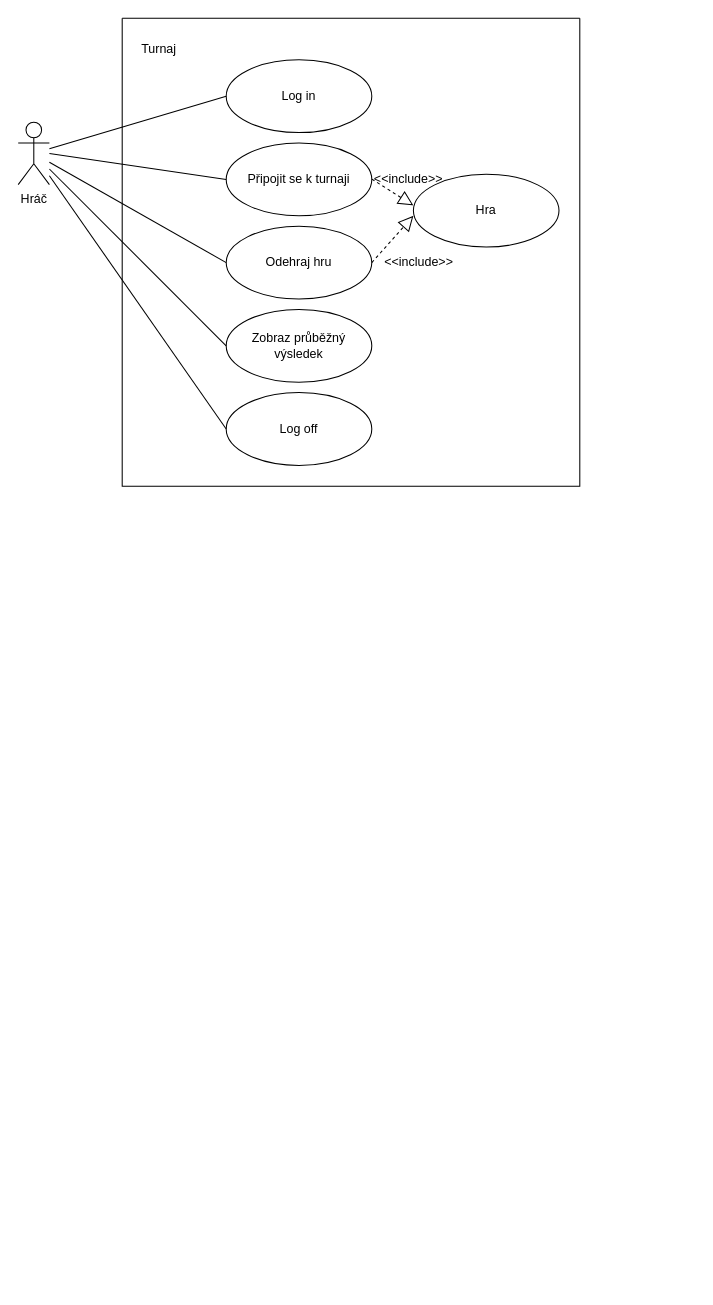
This is Diagram bez názvu.drawio from martez10/uml-rizeni-it-projektu, a draw.io file, before an edit. Source tidied: cells renumbered, new cells numbered last; positions are measured from the earlier drawing's top-left corner, leaving out a move shared by most shapes. Both pictures are drawn from the tidied source at 104%, with x=0, y=0 at pixel (18, 18).
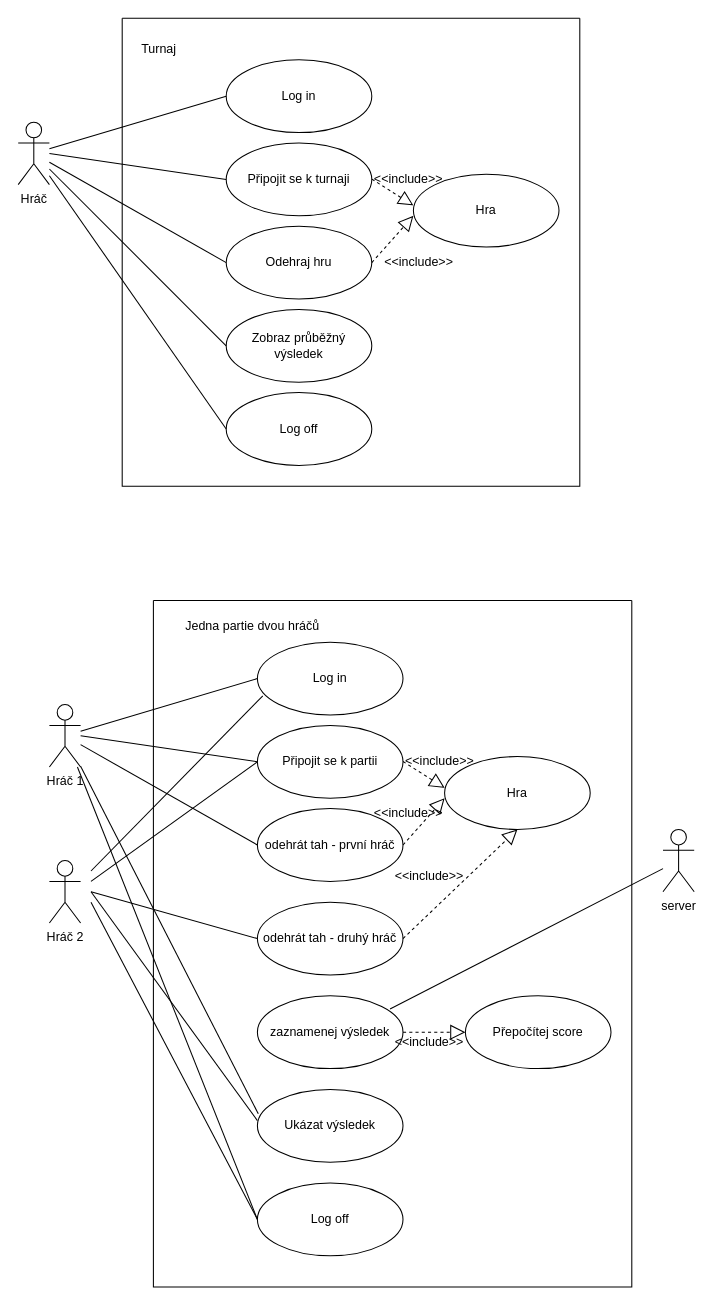
Above is the later version.

Diff of the diagram source:
```diff
@@
+    <mxCell id="20" style="swimlane;startSize=0;" parent="1" vertex="1">
+      <mxGeometry x="130" y="560" width="460" height="660" as="geometry" />
+    </mxCell>
+    <mxCell id="21" value="Jedna partie dvou hráčů" style="text;html=1;align=center;verticalAlign=middle;strokeColor=none;fillColor=none;" parent="20" vertex="1">
+      <mxGeometry x="20" y="10" width="150" height="30" as="geometry" />
+    </mxCell>
+    <mxCell id="22" value="Log in" style="ellipse;whiteSpace=wrap;html=1;" parent="20" vertex="1">
+      <mxGeometry x="100" y="40" width="140" height="70" as="geometry" />
+    </mxCell>
+    <mxCell id="23" value="odehrát tah - první hráč" style="ellipse;whiteSpace=wrap;html=1;" parent="20" vertex="1">
+      <mxGeometry x="100" y="200" width="140" height="70" as="geometry" />
+    </mxCell>
+    <mxCell id="24" value="Připojit se k partii" style="ellipse;whiteSpace=wrap;html=1;" parent="20" vertex="1">
+      <mxGeometry x="100" y="120" width="140" height="70" as="geometry" />
+    </mxCell>
+    <mxCell id="25" style="endArrow=none;html=1;rounded=0;entryX=0;entryY=0.5;entryDx=0;entryDy=0;" parent="20" edge="1">
+      <mxGeometry relative="1" as="geometry">
+        <mxPoint x="-70" y="130" as="sourcePoint" />
+        <mxPoint x="100" y="155" as="targetPoint" />
+      </mxGeometry>
+    </mxCell>
+    <mxCell id="26" value="Hra" style="ellipse;whiteSpace=wrap;html=1;" parent="20" vertex="1">
+      <mxGeometry x="280" y="150" width="140" height="70" as="geometry" />
+    </mxCell>
+    <mxCell id="27" style="endArrow=block;dashed=1;endFill=0;endSize=12;html=1;rounded=0;entryX=0;entryY=0.429;entryDx=0;entryDy=0;entryPerimeter=0;" parent="20" edge="1" target="26">
+      <mxGeometry relative="1" as="geometry">
+        <mxPoint x="240" y="154.7" as="sourcePoint" />
+      </mxGeometry>
+    </mxCell>
+    <mxCell id="28" style="endArrow=block;dashed=1;endFill=0;endSize=12;html=1;rounded=0;entryX=0;entryY=0.572;entryDx=0;entryDy=0;entryPerimeter=0;exitX=1;exitY=0.5;exitDx=0;exitDy=0;" parent="20" edge="1" source="23" target="26">
+      <mxGeometry relative="1" as="geometry" />
+    </mxCell>
+    <mxCell id="29" value="&amp;lt;&amp;lt;include&amp;gt;&amp;gt;" style="text;html=1;align=center;verticalAlign=middle;strokeColor=none;fillColor=none;" parent="20" vertex="1">
+      <mxGeometry x="200" y="190" width="90" height="30" as="geometry" />
+    </mxCell>
+    <mxCell id="30" value="&amp;lt;&amp;lt;include&amp;gt;&amp;gt;" style="text;html=1;align=center;verticalAlign=middle;strokeColor=none;fillColor=none;" parent="20" vertex="1">
+      <mxGeometry x="230" y="140" width="90" height="30" as="geometry" />
+    </mxCell>
+    <mxCell id="31" value="Přepočítej score" style="ellipse;whiteSpace=wrap;html=1;" parent="20" vertex="1">
+      <mxGeometry x="300" y="380" width="140" height="70" as="geometry" />
+    </mxCell>
+    <mxCell id="32" style="endArrow=block;dashed=1;endFill=0;endSize=12;html=1;rounded=0;entryX=0;entryY=0.5;entryDx=0;entryDy=0;exitX=1;exitY=0.5;exitDx=0;exitDy=0;" parent="20" edge="1" target="31">
+      <mxGeometry relative="1" as="geometry">
+        <mxPoint x="240" y="415" as="sourcePoint" />
+      </mxGeometry>
+    </mxCell>
+    <mxCell id="33" value="Log off" style="ellipse;whiteSpace=wrap;html=1;" parent="20" vertex="1">
+      <mxGeometry x="100" y="560" width="140" height="70" as="geometry" />
+    </mxCell>
+    <mxCell id="34" value="zaznamenej výsledek" style="ellipse;whiteSpace=wrap;html=1;" parent="20" vertex="1">
+      <mxGeometry x="100" y="380" width="140" height="70" as="geometry" />
+    </mxCell>
+    <mxCell id="35" value="odehrát tah - druhý hráč" style="ellipse;whiteSpace=wrap;html=1;" parent="20" vertex="1">
+      <mxGeometry x="100" y="290" width="140" height="70" as="geometry" />
+    </mxCell>
+    <mxCell id="36" style="endArrow=block;dashed=1;endFill=0;endSize=12;html=1;rounded=0;entryX=0.5;entryY=1;entryDx=0;entryDy=0;exitX=1;exitY=0.5;exitDx=0;exitDy=0;" parent="20" edge="1" target="26">
+      <mxGeometry relative="1" as="geometry">
+        <mxPoint x="240" y="325" as="sourcePoint" />
+      </mxGeometry>
+    </mxCell>
+    <mxCell id="37" value="&amp;lt;&amp;lt;include&amp;gt;&amp;gt;" style="text;html=1;align=center;verticalAlign=middle;strokeColor=none;fillColor=none;" parent="20" vertex="1">
+      <mxGeometry x="220" y="250" width="90" height="30" as="geometry" />
+    </mxCell>
+    <mxCell id="38" value="Ukázat výsledek" style="ellipse;whiteSpace=wrap;html=1;" parent="20" vertex="1">
+      <mxGeometry x="100" y="470" width="140" height="70" as="geometry" />
+    </mxCell>
+    <mxCell id="39" value="&amp;lt;&amp;lt;include&amp;gt;&amp;gt;" style="text;html=1;align=center;verticalAlign=middle;strokeColor=none;fillColor=none;" parent="20" vertex="1">
+      <mxGeometry x="220" y="410" width="90" height="30" as="geometry" />
+    </mxCell>
+    <mxCell id="40" value="Hráč 1" style="shape=umlActor;verticalLabelPosition=bottom;verticalAlign=top;html=1;" parent="1" vertex="1">
+      <mxGeometry x="30" y="660" width="30" height="60" as="geometry" />
+    </mxCell>
+    <mxCell id="41" style="endArrow=none;html=1;rounded=0;entryX=0;entryY=0.5;entryDx=0;entryDy=0;" parent="1" edge="1" source="40" target="22">
+      <mxGeometry relative="1" as="geometry" />
+    </mxCell>
+    <mxCell id="42" style="endArrow=none;html=1;rounded=0;entryX=0;entryY=0.5;entryDx=0;entryDy=0;" parent="1" edge="1" source="40" target="33">
+      <mxGeometry relative="1" as="geometry" />
+    </mxCell>
+    <mxCell id="43" style="endArrow=none;html=1;rounded=0;entryX=0;entryY=0.5;entryDx=0;entryDy=0;" parent="1" edge="1" source="40" target="23">
+      <mxGeometry relative="1" as="geometry" />
+    </mxCell>
+    <mxCell id="44" style="endArrow=none;html=1;rounded=0;entryX=0.911;entryY=0.181;entryDx=0;entryDy=0;entryPerimeter=0;" parent="1" edge="1" source="50" target="34">
+      <mxGeometry relative="1" as="geometry" />
+    </mxCell>
+    <mxCell id="45" value="Hráč 2" style="shape=umlActor;verticalLabelPosition=bottom;verticalAlign=top;html=1;" parent="1" vertex="1">
+      <mxGeometry x="30" y="810" width="30" height="60" as="geometry" />
+    </mxCell>
+    <mxCell id="46" style="endArrow=none;html=1;rounded=0;entryX=0;entryY=0.5;entryDx=0;entryDy=0;" parent="1" edge="1" target="24">
+      <mxGeometry relative="1" as="geometry">
+        <mxPoint x="70" y="830" as="sourcePoint" />
+      </mxGeometry>
+    </mxCell>
+    <mxCell id="47" style="endArrow=none;html=1;rounded=0;entryX=0.037;entryY=0.737;entryDx=0;entryDy=0;entryPerimeter=0;" parent="1" edge="1" target="22">
+      <mxGeometry relative="1" as="geometry">
+        <mxPoint x="70" y="820" as="sourcePoint" />
+      </mxGeometry>
+    </mxCell>
+    <mxCell id="48" style="endArrow=none;html=1;rounded=0;entryX=0;entryY=0.5;entryDx=0;entryDy=0;" parent="1" edge="1" target="35">
+      <mxGeometry relative="1" as="geometry">
+        <mxPoint x="70" y="840" as="sourcePoint" />
+      </mxGeometry>
+    </mxCell>
+    <mxCell id="49" style="endArrow=none;html=1;rounded=0;entryX=0;entryY=0.5;entryDx=0;entryDy=0;" parent="1" edge="1" target="33">
+      <mxGeometry relative="1" as="geometry">
+        <mxPoint x="70" y="850" as="sourcePoint" />
+      </mxGeometry>
+    </mxCell>
+    <mxCell id="50" value="server&lt;br&gt;" style="shape=umlActor;verticalLabelPosition=bottom;verticalAlign=top;html=1;" parent="1" vertex="1">
+      <mxGeometry x="620" y="780" width="30" height="60" as="geometry" />
+    </mxCell>
+    <mxCell id="51" style="endArrow=none;html=1;rounded=0;exitX=0;exitY=0.429;exitDx=0;exitDy=0;exitPerimeter=0;" parent="1" edge="1" source="38">
+      <mxGeometry relative="1" as="geometry">
+        <mxPoint x="70" y="840" as="targetPoint" />
+      </mxGeometry>
+    </mxCell>
+    <mxCell id="52" style="endArrow=none;html=1;rounded=0;exitX=0.006;exitY=0.336;exitDx=0;exitDy=0;exitPerimeter=0;" parent="1" edge="1" source="38" target="40">
+      <mxGeometry relative="1" as="geometry" />
+    </mxCell>
```
